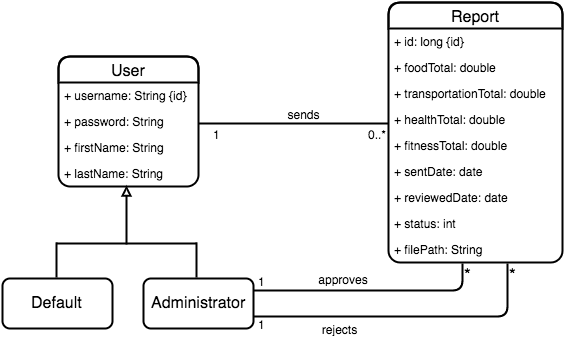
Earlier version of the draw.io export imagenes/class_diagram_server.png (susana1710/libro-pasantia). Source tidied: cells renumbered, new cells last; positions are measured from the earlier drawing's top-left corner, leaving out a move shared by most shapes.
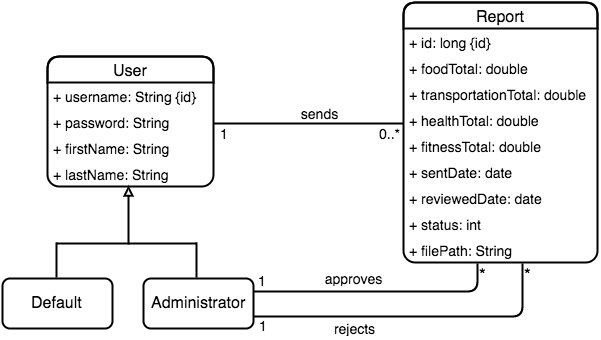
The same diagram one commit later.

Change to the diagram source:
```diff
@@ -3,49 +3,49 @@
     <mxCell id="0" />
     <mxCell id="1" parent="0" />
     <mxCell id="2" value="User" style="swimlane;html=1;fontStyle=0;horizontal=1;startSize=26;fillColor=none;swimlaneFillColor=#ffffff;fontSize=16;rounded=1;shadow=0;comic=0;glass=0;strokeWidth=2;" parent="1" vertex="1">
-      <mxGeometry x="56" y="54" width="140" height="130" as="geometry" />
+      <mxGeometry x="30" y="54" width="166" height="130" as="geometry" />
     </mxCell>
-    <mxCell id="3" value="&lt;span&gt;+ username: String {id}&lt;/span&gt;" style="text;html=1;strokeColor=none;fillColor=none;align=left;verticalAlign=top;spacingLeft=4;spacingRight=4;whiteSpace=wrap;overflow=hidden;" parent="2" vertex="1">
-      <mxGeometry y="26" width="140" height="26" as="geometry" />
+    <mxCell id="3" value="&lt;span&gt;&lt;font style=&quot;font-size: 14px&quot;&gt;+ username: String {id}&lt;/font&gt;&lt;/span&gt;" style="text;html=1;strokeColor=none;fillColor=none;align=left;verticalAlign=top;spacingLeft=4;spacingRight=4;whiteSpace=wrap;overflow=hidden;" parent="2" vertex="1">
+      <mxGeometry y="26" width="166" height="26" as="geometry" />
     </mxCell>
-    <mxCell id="4" value="+ password: String" style="text;html=1;strokeColor=none;fillColor=none;align=left;verticalAlign=top;spacingLeft=4;spacingRight=4;whiteSpace=wrap;overflow=hidden;" parent="2" vertex="1">
-      <mxGeometry y="52" width="140" height="26" as="geometry" />
+    <mxCell id="4" value="&lt;font style=&quot;font-size: 14px&quot;&gt;+ password: String&lt;/font&gt;" style="text;html=1;strokeColor=none;fillColor=none;align=left;verticalAlign=top;spacingLeft=4;spacingRight=4;whiteSpace=wrap;overflow=hidden;" parent="2" vertex="1">
+      <mxGeometry y="52" width="166" height="26" as="geometry" />
     </mxCell>
-    <mxCell id="5" value="+ firstName: String" style="text;html=1;strokeColor=none;fillColor=none;align=left;verticalAlign=top;spacingLeft=4;spacingRight=4;whiteSpace=wrap;overflow=hidden;" parent="2" vertex="1">
-      <mxGeometry y="78" width="140" height="26" as="geometry" />
+    <mxCell id="5" value="&lt;font style=&quot;font-size: 14px&quot;&gt;+ firstName: String&lt;/font&gt;" style="text;html=1;strokeColor=none;fillColor=none;align=left;verticalAlign=top;spacingLeft=4;spacingRight=4;whiteSpace=wrap;overflow=hidden;" parent="2" vertex="1">
+      <mxGeometry y="78" width="166" height="26" as="geometry" />
     </mxCell>
-    <mxCell id="6" value="+ lastName: String" style="text;html=1;strokeColor=none;fillColor=none;align=left;verticalAlign=top;spacingLeft=4;spacingRight=4;whiteSpace=wrap;overflow=hidden;points=[[0,0.5],[1,0.5]];portConstraint=eastwest;" parent="2" vertex="1">
-      <mxGeometry y="104" width="140" height="26" as="geometry" />
+    <mxCell id="6" value="&lt;font style=&quot;font-size: 14px&quot;&gt;+ lastName: String&lt;/font&gt;" style="text;html=1;strokeColor=none;fillColor=none;align=left;verticalAlign=top;spacingLeft=4;spacingRight=4;whiteSpace=wrap;overflow=hidden;points=[[0,0.5],[1,0.5]];portConstraint=eastwest;" parent="2" vertex="1">
+      <mxGeometry y="104" width="166" height="26" as="geometry" />
     </mxCell>
     <mxCell id="7" value="Report" style="swimlane;html=1;fontStyle=0;horizontal=1;startSize=26;fillColor=none;swimlaneFillColor=#ffffff;fontSize=16;rounded=1;shadow=0;strokeWidth=2;" parent="1" vertex="1">
-      <mxGeometry x="386" width="174" height="260" as="geometry" />
+      <mxGeometry x="386" width="194" height="260" as="geometry" />
     </mxCell>
-    <mxCell id="8" value="+ id: long {id}&lt;br&gt;" style="text;html=1;strokeColor=none;fillColor=none;align=left;verticalAlign=top;spacingLeft=4;spacingRight=4;whiteSpace=wrap;overflow=hidden;" parent="7" vertex="1">
-      <mxGeometry y="26" width="174" height="26" as="geometry" />
+    <mxCell id="8" value="&lt;font style=&quot;font-size: 14px&quot;&gt;+ id: long {id}&lt;/font&gt;&lt;br&gt;" style="text;html=1;strokeColor=none;fillColor=none;align=left;verticalAlign=top;spacingLeft=4;spacingRight=4;whiteSpace=wrap;overflow=hidden;" parent="7" vertex="1">
+      <mxGeometry y="26" width="194" height="26" as="geometry" />
     </mxCell>
-    <mxCell id="9" value="+ foodTotal: double" style="text;html=1;strokeColor=none;fillColor=none;align=left;verticalAlign=top;spacingLeft=4;spacingRight=4;whiteSpace=wrap;overflow=hidden;" parent="7" vertex="1">
-      <mxGeometry y="52" width="174" height="26" as="geometry" />
+    <mxCell id="9" value="&lt;font style=&quot;font-size: 14px&quot;&gt;+ foodTotal: double&lt;/font&gt;" style="text;html=1;strokeColor=none;fillColor=none;align=left;verticalAlign=top;spacingLeft=4;spacingRight=4;whiteSpace=wrap;overflow=hidden;" parent="7" vertex="1">
+      <mxGeometry y="52" width="194" height="26" as="geometry" />
     </mxCell>
-    <mxCell id="10" value="+ transportationTotal: double" style="text;html=1;strokeColor=none;fillColor=none;align=left;verticalAlign=top;spacingLeft=4;spacingRight=4;whiteSpace=wrap;overflow=hidden;" parent="7" vertex="1">
-      <mxGeometry y="78" width="174" height="26" as="geometry" />
+    <mxCell id="10" value="&lt;font style=&quot;font-size: 14px&quot;&gt;+ transportationTotal: double&lt;/font&gt;" style="text;html=1;strokeColor=none;fillColor=none;align=left;verticalAlign=top;spacingLeft=4;spacingRight=4;whiteSpace=wrap;overflow=hidden;" parent="7" vertex="1">
+      <mxGeometry y="78" width="194" height="26" as="geometry" />
     </mxCell>
-    <mxCell id="11" value="+ healthTotal: double" style="text;html=1;strokeColor=none;fillColor=none;align=left;verticalAlign=top;spacingLeft=4;spacingRight=4;whiteSpace=wrap;overflow=hidden;" parent="7" vertex="1">
-      <mxGeometry y="104" width="174" height="26" as="geometry" />
+    <mxCell id="11" value="&lt;font style=&quot;font-size: 14px&quot;&gt;+ healthTotal: double&lt;/font&gt;" style="text;html=1;strokeColor=none;fillColor=none;align=left;verticalAlign=top;spacingLeft=4;spacingRight=4;whiteSpace=wrap;overflow=hidden;" parent="7" vertex="1">
+      <mxGeometry y="104" width="194" height="26" as="geometry" />
     </mxCell>
-    <mxCell id="12" value="+ fitnessTotal: double" style="text;html=1;strokeColor=none;fillColor=none;align=left;verticalAlign=top;spacingLeft=4;spacingRight=4;whiteSpace=wrap;overflow=hidden;" parent="7" vertex="1">
-      <mxGeometry y="130" width="174" height="26" as="geometry" />
+    <mxCell id="12" value="&lt;font style=&quot;font-size: 14px&quot;&gt;+ fitnessTotal: double&lt;/font&gt;" style="text;html=1;strokeColor=none;fillColor=none;align=left;verticalAlign=top;spacingLeft=4;spacingRight=4;whiteSpace=wrap;overflow=hidden;" parent="7" vertex="1">
+      <mxGeometry y="130" width="194" height="26" as="geometry" />
     </mxCell>
-    <mxCell id="13" value="+ sentDate: date" style="text;html=1;strokeColor=none;fillColor=none;align=left;verticalAlign=top;spacingLeft=4;spacingRight=4;whiteSpace=wrap;overflow=hidden;" parent="7" vertex="1">
-      <mxGeometry y="156" width="174" height="26" as="geometry" />
+    <mxCell id="13" value="&lt;font style=&quot;font-size: 14px&quot;&gt;+ sentDate: date&lt;/font&gt;" style="text;html=1;strokeColor=none;fillColor=none;align=left;verticalAlign=top;spacingLeft=4;spacingRight=4;whiteSpace=wrap;overflow=hidden;" parent="7" vertex="1">
+      <mxGeometry y="156" width="194" height="26" as="geometry" />
     </mxCell>
-    <mxCell id="14" value="+ reviewedDate: date" style="text;html=1;strokeColor=none;fillColor=none;align=left;verticalAlign=top;spacingLeft=4;spacingRight=4;whiteSpace=wrap;overflow=hidden;rounded=1;shadow=1;" parent="7" vertex="1">
-      <mxGeometry y="182" width="174" height="26" as="geometry" />
+    <mxCell id="14" value="&lt;font style=&quot;font-size: 14px&quot;&gt;+ reviewedDate: date&lt;/font&gt;" style="text;html=1;strokeColor=none;fillColor=none;align=left;verticalAlign=top;spacingLeft=4;spacingRight=4;whiteSpace=wrap;overflow=hidden;rounded=1;shadow=1;" parent="7" vertex="1">
+      <mxGeometry y="182" width="194" height="26" as="geometry" />
     </mxCell>
-    <mxCell id="15" value="+ status: int" style="text;html=1;strokeColor=none;fillColor=none;align=left;verticalAlign=top;spacingLeft=4;spacingRight=4;whiteSpace=wrap;overflow=hidden;" parent="7" vertex="1">
-      <mxGeometry y="208" width="174" height="26" as="geometry" />
+    <mxCell id="15" value="&lt;font style=&quot;font-size: 14px&quot;&gt;+ status: int&lt;/font&gt;" style="text;html=1;strokeColor=none;fillColor=none;align=left;verticalAlign=top;spacingLeft=4;spacingRight=4;whiteSpace=wrap;overflow=hidden;" parent="7" vertex="1">
+      <mxGeometry y="208" width="194" height="26" as="geometry" />
     </mxCell>
-    <mxCell id="16" value="+ filePath: String" style="text;html=1;strokeColor=none;fillColor=none;align=left;verticalAlign=top;spacingLeft=4;spacingRight=4;whiteSpace=wrap;overflow=hidden;" parent="7" vertex="1">
-      <mxGeometry y="234" width="174" height="26" as="geometry" />
+    <mxCell id="16" value="&lt;font style=&quot;font-size: 14px&quot;&gt;+ filePath: String&lt;/font&gt;" style="text;html=1;strokeColor=none;fillColor=none;align=left;verticalAlign=top;spacingLeft=4;spacingRight=4;whiteSpace=wrap;overflow=hidden;" parent="7" vertex="1">
+      <mxGeometry y="234" width="194" height="26" as="geometry" />
     </mxCell>
     <mxCell id="17" style="endArrow=none;html=1;edgeStyle=orthogonalEdgeStyle;fontSize=16;startArrow=none;startFill=0;startSize=11;strokeWidth=2;" parent="1" edge="1">
       <mxGeometry relative="1" as="geometry">
@@ -53,50 +53,48 @@
         <mxPoint x="386" y="121" as="targetPoint" />
       </mxGeometry>
     </mxCell>
-    <mxCell id="18" value="&lt;font style=&quot;font-size: 12px&quot;&gt;0..*&lt;/font&gt;" style="html=1;align=right;verticalAlign=bottom;labelBackgroundColor=#ffffff;fontSize=16;" parent="17" vertex="1">
+    <mxCell id="18" value="&lt;font style=&quot;font-size: 14px&quot;&gt;0..*&lt;/font&gt;" style="html=1;align=right;verticalAlign=bottom;labelBackgroundColor=#ffffff;fontSize=16;" parent="17" vertex="1">
       <mxGeometry x="1" relative="1" as="geometry">
-        <mxPoint y="22" as="offset" />
+        <mxPoint x="-1" y="22" as="offset" />
       </mxGeometry>
     </mxCell>
-    <mxCell id="19" value="&lt;font style=&quot;font-size: 12px&quot;&gt;sends&lt;/font&gt;" style="text;html=1;strokeColor=none;fillColor=none;align=center;verticalAlign=middle;whiteSpace=wrap;overflow=hidden;fontSize=16;strokeWidth=1;" parent="1" vertex="1">
+    <mxCell id="19" value="&lt;font style=&quot;font-size: 14px&quot;&gt;sends&lt;/font&gt;" style="text;html=1;strokeColor=none;fillColor=none;align=center;verticalAlign=middle;whiteSpace=wrap;overflow=hidden;fontSize=16;strokeWidth=1;" parent="1" vertex="1">
       <mxGeometry x="276" y="101" width="50" height="20" as="geometry" />
     </mxCell>
     <mxCell id="20" value="Default" style="html=1;fontSize=16;rounded=1;shadow=0;strokeWidth=2;" parent="1" vertex="1">
-      <mxGeometry y="276" width="110" height="50" as="geometry" />
+      <mxGeometry x="-15" y="276" width="110" height="50" as="geometry" />
     </mxCell>
     <mxCell id="21" value="Administrator" style="html=1;fontSize=16;rounded=1;shadow=0;strokeWidth=2;" parent="1" vertex="1">
-      <mxGeometry x="141" y="276" width="110" height="50" as="geometry" />
+      <mxGeometry x="126" y="276" width="110" height="50" as="geometry" />
     </mxCell>
     <mxCell id="22" style="endArrow=block;html=1;entryX=0.486;entryY=0.962;endFill=0;strokeWidth=2;entryPerimeter=0;" parent="1" edge="1" target="6">
       <mxGeometry x="124" y="191" as="geometry">
-        <mxPoint x="124" y="242" as="sourcePoint" />
+        <mxPoint x="111" y="242" as="sourcePoint" />
       </mxGeometry>
     </mxCell>
     <mxCell id="23" style="endArrow=none;html=1;endFill=0;strokeWidth=2;" parent="1" edge="1">
-      <mxGeometry x="54" y="241" as="geometry">
-        <mxPoint x="194" y="241" as="sourcePoint" />
-        <mxPoint x="54" y="241" as="targetPoint" />
+      <mxGeometry x="39" y="241" as="geometry">
+        <mxPoint x="179" y="241" as="sourcePoint" />
+        <mxPoint x="39" y="241" as="targetPoint" />
       </mxGeometry>
     </mxCell>
     <mxCell id="24" style="endArrow=none;html=1;endFill=0;strokeWidth=2;" parent="1" edge="1">
-      <mxGeometry x="54" y="224" as="geometry">
-        <mxPoint x="54" y="240" as="sourcePoint" />
-        <mxPoint x="54" y="275" as="targetPoint" />
+      <mxGeometry x="39" y="224" as="geometry">
+        <mxPoint x="39" y="240" as="sourcePoint" />
+        <mxPoint x="39" y="275" as="targetPoint" />
       </mxGeometry>
     </mxCell>
     <mxCell id="25" style="endArrow=none;html=1;endFill=0;strokeWidth=2;" parent="1" edge="1">
-      <mxGeometry x="87" y="224" as="geometry">
-        <mxPoint x="194" y="240" as="sourcePoint" />
-        <mxPoint x="194" y="275" as="targetPoint" />
+      <mxGeometry x="72" y="224" as="geometry">
+        <mxPoint x="179" y="240" as="sourcePoint" />
+        <mxPoint x="179" y="275" as="targetPoint" />
       </mxGeometry>
     </mxCell>
-    <mxCell id="26" style="endArrow=none;html=1;edgeStyle=orthogonalEdgeStyle;fontSize=16;strokeWidth=2;" parent="1" edge="1">
+    <mxCell id="26" style="endArrow=none;html=1;edgeStyle=orthogonalEdgeStyle;fontSize=16;strokeWidth=2;entryX=1;entryY=0.25;" parent="1" edge="1" target="21">
       <mxGeometry relative="1" as="geometry">
         <mxPoint x="460" y="261" as="sourcePoint" />
-        <mxPoint x="251" y="288" as="targetPoint" />
         <Array as="points">
-          <mxPoint x="460" y="261" />
-          <mxPoint x="460" y="288" />
+          <mxPoint x="460" y="289" />
         </Array>
       </mxGeometry>
     </mxCell>
@@ -105,15 +103,14 @@
         <mxPoint x="-1" y="22" as="offset" />
       </mxGeometry>
     </mxCell>
-    <mxCell id="28" value="1" style="html=1;align=right;verticalAlign=bottom;labelBackgroundColor=#ffffff;fontSize=12;" parent="26" vertex="1">
+    <mxCell id="28" value="&lt;font style=&quot;font-size: 14px&quot;&gt;1&lt;/font&gt;" style="html=1;align=right;verticalAlign=bottom;labelBackgroundColor=#ffffff;fontSize=12;" parent="26" vertex="1">
       <mxGeometry x="1" relative="1" as="geometry">
-        <mxPoint x="14" as="offset" />
+        <mxPoint x="15" y="-1" as="offset" />
       </mxGeometry>
     </mxCell>
-    <mxCell id="29" style="endArrow=none;html=1;edgeStyle=orthogonalEdgeStyle;fontSize=16;strokeWidth=2;exitX=0.684;exitY=1.154;exitPerimeter=0;" parent="1" edge="1">
+    <mxCell id="29" style="endArrow=none;html=1;edgeStyle=orthogonalEdgeStyle;fontSize=16;strokeWidth=2;exitX=0.684;exitY=1.154;exitPerimeter=0;entryX=1;entryY=0.75;" parent="1" edge="1" target="21">
       <mxGeometry x="251" y="287" as="geometry">
         <mxPoint x="505" y="261" as="sourcePoint" />
-        <mxPoint x="251" y="314" as="targetPoint" />
         <Array as="points">
           <mxPoint x="505" y="314" />
         </Array>
@@ -124,19 +121,19 @@
         <mxPoint x="-1" y="22" as="offset" />
       </mxGeometry>
     </mxCell>
-    <mxCell id="31" value="1" style="html=1;align=right;verticalAlign=bottom;labelBackgroundColor=#ffffff;fontSize=12;" parent="29" vertex="1">
+    <mxCell id="31" value="&lt;font style=&quot;font-size: 14px&quot;&gt;1&lt;/font&gt;" style="html=1;align=right;verticalAlign=bottom;labelBackgroundColor=#ffffff;fontSize=12;" parent="29" vertex="1">
       <mxGeometry x="1" relative="1" as="geometry">
-        <mxPoint x="14" y="17" as="offset" />
+        <mxPoint x="16" y="19" as="offset" />
       </mxGeometry>
     </mxCell>
-    <mxCell id="32" value="&lt;font style=&quot;font-size: 12px&quot;&gt;approves&lt;/font&gt;" style="text;html=1;strokeColor=none;fillColor=none;align=center;verticalAlign=middle;whiteSpace=wrap;overflow=hidden;fontSize=16;strokeWidth=1;" parent="1" vertex="1">
-      <mxGeometry x="311" y="266" width="59" height="20" as="geometry" />
+    <mxCell id="32" value="&lt;font style=&quot;font-size: 14px&quot;&gt;approves&lt;/font&gt;" style="text;html=1;strokeColor=none;fillColor=none;align=center;verticalAlign=middle;whiteSpace=wrap;overflow=hidden;fontSize=16;strokeWidth=1;" parent="1" vertex="1">
+      <mxGeometry x="300" y="266" width="70" height="20" as="geometry" />
     </mxCell>
-    <mxCell id="33" value="&lt;font style=&quot;font-size: 12px&quot;&gt;rejects&lt;/font&gt;" style="text;html=1;strokeColor=none;fillColor=none;align=center;verticalAlign=middle;whiteSpace=wrap;overflow=hidden;fontSize=16;strokeWidth=1;" parent="1" vertex="1">
+    <mxCell id="33" value="&lt;font style=&quot;font-size: 14px&quot;&gt;rejects&lt;/font&gt;" style="text;html=1;strokeColor=none;fillColor=none;align=center;verticalAlign=middle;whiteSpace=wrap;overflow=hidden;fontSize=16;strokeWidth=1;" parent="1" vertex="1">
       <mxGeometry x="311" y="316" width="50" height="20" as="geometry" />
     </mxCell>
-    <mxCell id="34" value="&lt;font style=&quot;font-size: 12px&quot;&gt;1&lt;/font&gt;" style="html=1;align=right;verticalAlign=bottom;labelBackgroundColor=#ffffff;fontSize=16;" parent="1" vertex="1">
-      <mxGeometry x="220" y="122" as="geometry">
+    <mxCell id="34" value="&lt;font style=&quot;font-size: 14px&quot;&gt;1&lt;/font&gt;" style="html=1;align=right;verticalAlign=bottom;labelBackgroundColor=#ffffff;fontSize=16;" parent="1" vertex="1">
+      <mxGeometry x="213" y="122" as="geometry">
         <mxPoint y="21" as="offset" />
       </mxGeometry>
     </mxCell>
```
